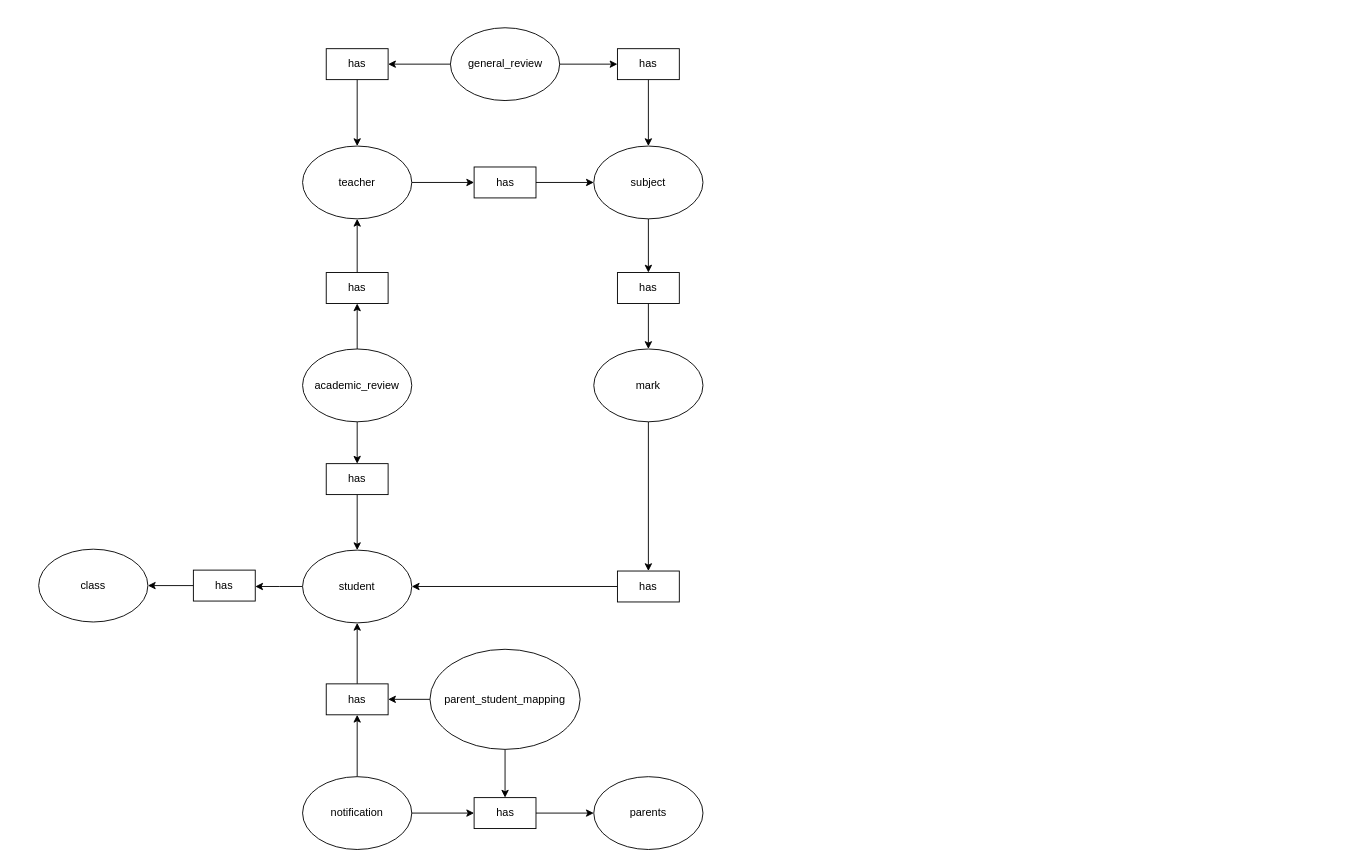
decoded-cipher/diagrams.net keeps this draw.io diagram as draw.io/Edumind - ER Diagram.drawio. Above is the earlier version. Source tidied: cells renumbered, new cells numbered last; positions are measured from the earlier drawing's top-left corner, leaving out a move shared by most shapes. Both pictures are drawn from the tidied source at 91%, with x=0, y=0 at pixel (38, 27).
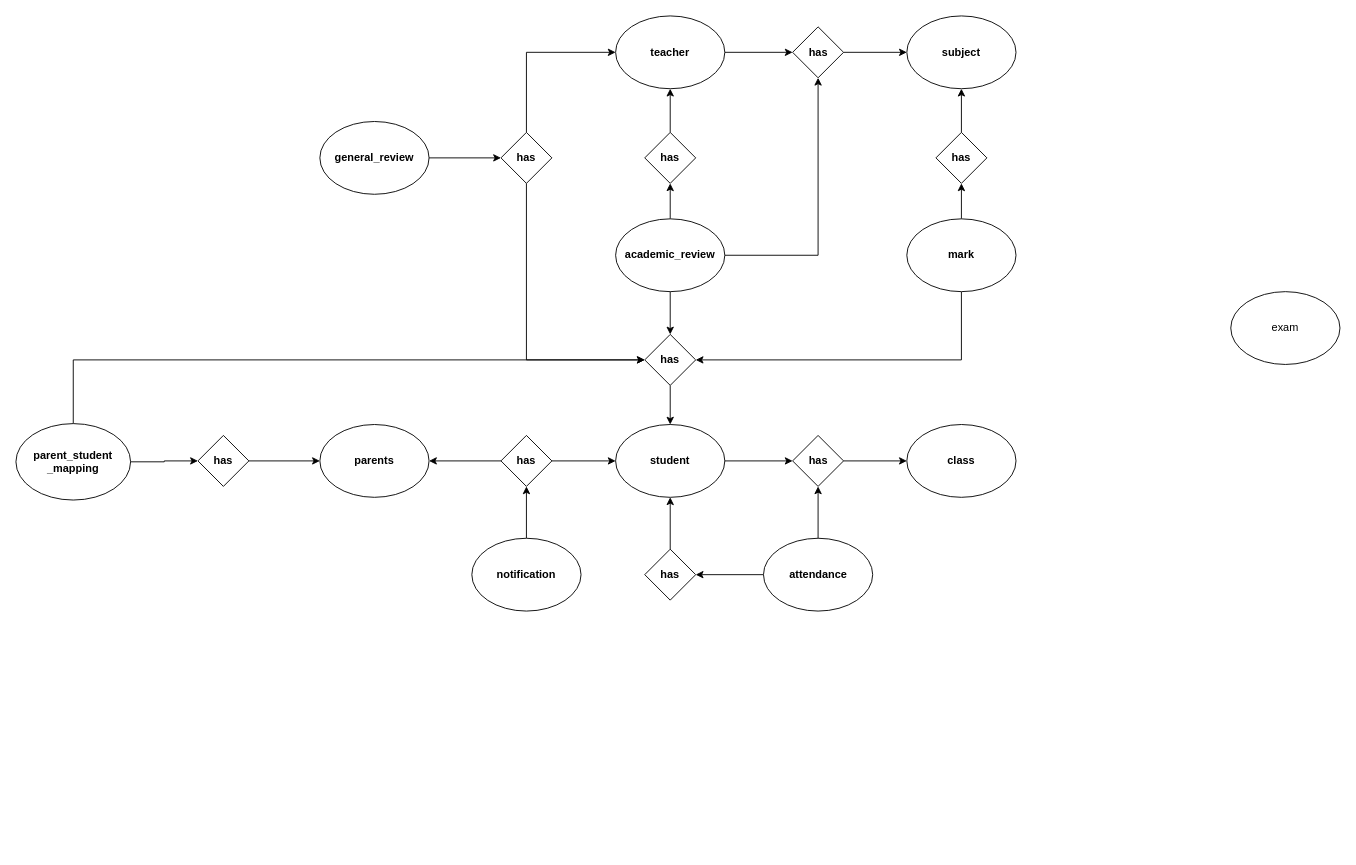
The same diagram, later.

What changed in the source:
```diff
@@
-    <mxCell id="2" style="group;" parent="1" vertex="1">
-      <mxGeometry width="730" height="903" as="geometry" />
-    </mxCell>
-    <mxCell id="3" style="edgeStyle=orthogonalEdgeStyle;rounded=0;jettySize=auto;html=1;" parent="2" edge="1" source="4">
-      <mxGeometry relative="1" as="geometry">
-        <mxPoint x="238" y="614" as="targetPoint" />
-      </mxGeometry>
-    </mxCell>
+    <mxCell id="45" style="edgeStyle=orthogonalEdgeStyle;rounded=0;jettySize=auto;html=1;exitX=0.5;exitY=0;exitDx=0;exitDy=0;entryX=0.5;entryY=1;entryDx=0;entryDy=0;fontStyle=1;labelBorderColor=none;textShadow=0;fontSize=12;" parent="1" edge="1" source="46" target="15">
+      <mxGeometry relative="1" as="geometry" />
+    </mxCell>
+    <mxCell id="46" value="has" style="rhombus;whiteSpace=wrap;html=1;fontStyle=1;labelBorderColor=none;textShadow=0;fontSize=12;" parent="1" vertex="1">
+      <mxGeometry x="666" y="115" width="56" height="56" as="geometry" />
+    </mxCell>
+    <mxCell id="47" style="edgeStyle=orthogonalEdgeStyle;rounded=0;jettySize=auto;html=1;exitX=1;exitY=0.5;exitDx=0;exitDy=0;entryX=0;entryY=0.5;entryDx=0;entryDy=0;fontStyle=1;labelBorderColor=none;textShadow=0;fontSize=12;" parent="1" edge="1" source="4" target="62">
+      <mxGeometry relative="1" as="geometry" />
+    </mxCell>
-    <mxCell id="4" value="student" style="ellipse;whiteSpace=wrap;html=1;" parent="2" vertex="1">
-      <mxGeometry x="290" y="574" width="120" height="80" as="geometry" />
+    <mxCell id="4" value="student" style="ellipse;whiteSpace=wrap;html=1;fontStyle=1;labelBorderColor=none;textShadow=0;fontSize=12;" parent="1" vertex="1">
+      <mxGeometry x="634" y="436" width="120" height="80" as="geometry" />
     </mxCell>
+    <mxCell id="9" value="class" style="ellipse;whiteSpace=wrap;html=1;fontStyle=1;labelBorderColor=none;textShadow=0;fontSize=12;" parent="1" vertex="1">
+      <mxGeometry x="954" y="436" width="120" height="80" as="geometry" />
+    </mxCell>
+    <mxCell id="48" style="edgeStyle=orthogonalEdgeStyle;rounded=0;jettySize=auto;html=1;exitX=1;exitY=0.5;exitDx=0;exitDy=0;entryX=0;entryY=0.5;entryDx=0;entryDy=0;fontStyle=1;labelBorderColor=none;textShadow=0;fontSize=12;" parent="1" edge="1" source="15" target="58">
+      <mxGeometry relative="1" as="geometry" />
+    </mxCell>
+    <mxCell id="15" value="teacher" style="ellipse;whiteSpace=wrap;html=1;fontStyle=1;labelBorderColor=none;textShadow=0;fontSize=12;" parent="1" vertex="1">
+      <mxGeometry x="634" y="-13" width="120" height="80" as="geometry" />
+    </mxCell>
+    <mxCell id="17" value="subject" style="ellipse;whiteSpace=wrap;html=1;fontStyle=1;labelBorderColor=none;textShadow=0;fontSize=12;" parent="1" vertex="1">
+      <mxGeometry x="954" y="-13" width="120" height="80" as="geometry" />
+    </mxCell>
+    <mxCell id="49" style="edgeStyle=orthogonalEdgeStyle;rounded=0;jettySize=auto;html=1;exitX=0.5;exitY=0;exitDx=0;exitDy=0;entryX=0.5;entryY=1;entryDx=0;entryDy=0;fontStyle=1;labelBorderColor=none;textShadow=0;fontSize=12;" parent="1" edge="1" source="21" target="56">
+      <mxGeometry relative="1" as="geometry" />
+    </mxCell>
+    <mxCell id="50" style="edgeStyle=orthogonalEdgeStyle;rounded=0;jettySize=auto;html=1;exitX=0.5;exitY=1;exitDx=0;exitDy=0;entryX=1;entryY=0.5;entryDx=0;entryDy=0;fontStyle=1;labelBorderColor=none;textShadow=0;fontSize=12;" parent="1" edge="1" source="21" target="60">
+      <mxGeometry relative="1" as="geometry" />
+    </mxCell>
+    <mxCell id="21" value="mark" style="ellipse;whiteSpace=wrap;html=1;fontStyle=1;labelBorderColor=none;textShadow=0;fontSize=12;" parent="1" vertex="1">
+      <mxGeometry x="954" y="210" width="120" height="80" as="geometry" />
+    </mxCell>
+    <mxCell id="51" style="edgeStyle=orthogonalEdgeStyle;rounded=0;jettySize=auto;html=1;exitX=0.5;exitY=0;exitDx=0;exitDy=0;entryX=0.5;entryY=1;entryDx=0;entryDy=0;fontStyle=1;labelBorderColor=none;textShadow=0;fontSize=12;" parent="1" edge="1" source="30" target="46">
+      <mxGeometry relative="1" as="geometry" />
+    </mxCell>
+    <mxCell id="52" style="edgeStyle=orthogonalEdgeStyle;rounded=0;jettySize=auto;html=1;exitX=0.5;exitY=1;exitDx=0;exitDy=0;entryX=0.5;entryY=0;entryDx=0;entryDy=0;fontStyle=1;labelBorderColor=none;textShadow=0;fontSize=12;" parent="1" edge="1" source="30" target="60">
+      <mxGeometry relative="1" as="geometry" />
+    </mxCell>
+    <mxCell id="53" style="edgeStyle=orthogonalEdgeStyle;rounded=0;jettySize=auto;html=1;exitX=1;exitY=0.5;exitDx=0;exitDy=0;entryX=0.5;entryY=1;entryDx=0;entryDy=0;fontStyle=1;labelBorderColor=none;textShadow=0;fontSize=12;" parent="1" edge="1" source="30" target="58">
+      <mxGeometry relative="1" as="geometry" />
+    </mxCell>
+    <mxCell id="30" value="academic_review" style="ellipse;whiteSpace=wrap;html=1;fontStyle=1;labelBorderColor=none;textShadow=0;fontSize=12;" parent="1" vertex="1">
+      <mxGeometry x="634" y="210" width="120" height="80" as="geometry" />
+    </mxCell>
+    <mxCell id="54" style="edgeStyle=orthogonalEdgeStyle;rounded=0;jettySize=auto;html=1;exitX=1;exitY=0.5;exitDx=0;exitDy=0;entryX=0;entryY=0.5;entryDx=0;entryDy=0;fontStyle=1;labelBorderColor=none;textShadow=0;fontSize=12;" parent="1" edge="1" source="37" target="79">
+      <mxGeometry relative="1" as="geometry" />
+    </mxCell>
+    <mxCell id="37" value="general_review" style="ellipse;whiteSpace=wrap;html=1;fontStyle=1;labelBorderColor=none;textShadow=0;fontSize=12;" parent="1" vertex="1">
+      <mxGeometry x="309" y="103" width="120" height="80" as="geometry" />
+    </mxCell>
+    <mxCell id="55" style="edgeStyle=orthogonalEdgeStyle;rounded=0;jettySize=auto;html=1;exitX=0.5;exitY=0;exitDx=0;exitDy=0;entryX=0.5;entryY=1;entryDx=0;entryDy=0;fontStyle=1;labelBorderColor=none;textShadow=0;fontSize=12;" parent="1" edge="1" source="56" target="17">
+      <mxGeometry relative="1" as="geometry" />
+    </mxCell>
+    <mxCell id="56" value="has" style="rhombus;whiteSpace=wrap;html=1;fontStyle=1;labelBorderColor=none;textShadow=0;fontSize=12;" parent="1" vertex="1">
+      <mxGeometry x="986" y="115" width="56" height="56" as="geometry" />
+    </mxCell>
+    <mxCell id="57" style="edgeStyle=orthogonalEdgeStyle;rounded=0;jettySize=auto;html=1;exitX=1;exitY=0.5;exitDx=0;exitDy=0;entryX=0;entryY=0.5;entryDx=0;entryDy=0;fontStyle=1;labelBorderColor=none;textShadow=0;fontSize=12;" parent="1" edge="1" source="58" target="17">
+      <mxGeometry relative="1" as="geometry" />
+    </mxCell>
+    <mxCell id="58" value="has" style="rhombus;whiteSpace=wrap;html=1;fontStyle=1;labelBorderColor=none;textShadow=0;fontSize=12;" parent="1" vertex="1">
+      <mxGeometry x="828.5" y="-1" width="56" height="56" as="geometry" />
+    </mxCell>
+    <mxCell id="59" style="edgeStyle=orthogonalEdgeStyle;rounded=0;jettySize=auto;html=1;exitX=0.5;exitY=1;exitDx=0;exitDy=0;entryX=0.5;entryY=0;entryDx=0;entryDy=0;fontStyle=1;labelBorderColor=none;textShadow=0;fontSize=12;" parent="1" edge="1" source="60" target="4">
+      <mxGeometry relative="1" as="geometry" />
+    </mxCell>
+    <mxCell id="60" value="has" style="rhombus;whiteSpace=wrap;html=1;fontStyle=1;labelBorderColor=none;textShadow=0;fontSize=12;" parent="1" vertex="1">
+      <mxGeometry x="666" y="337" width="56" height="56" as="geometry" />
+    </mxCell>
+    <mxCell id="61" style="edgeStyle=orthogonalEdgeStyle;rounded=0;jettySize=auto;html=1;exitX=1;exitY=0.5;exitDx=0;exitDy=0;entryX=0;entryY=0.5;entryDx=0;entryDy=0;fontStyle=1;labelBorderColor=none;textShadow=0;fontSize=12;" parent="1" edge="1" source="62" target="9">
+      <mxGeometry relative="1" as="geometry" />
+    </mxCell>
+    <mxCell id="62" value="has" style="rhombus;whiteSpace=wrap;html=1;fontStyle=1;labelBorderColor=none;textShadow=0;fontSize=12;" parent="1" vertex="1">
+      <mxGeometry x="828.5" y="448" width="56" height="56" as="geometry" />
+    </mxCell>
+    <mxCell id="63" style="edgeStyle=orthogonalEdgeStyle;rounded=0;jettySize=auto;html=1;entryX=0.5;entryY=1;entryDx=0;entryDy=0;fontStyle=1;labelBorderColor=none;textShadow=0;fontSize=12;" parent="1" edge="1" source="65" target="62">
+      <mxGeometry relative="1" as="geometry" />
+    </mxCell>
+    <mxCell id="64" style="edgeStyle=orthogonalEdgeStyle;rounded=0;jettySize=auto;html=1;exitX=0;exitY=0.5;exitDx=0;exitDy=0;entryX=1;entryY=0.5;entryDx=0;entryDy=0;fontStyle=1;labelBorderColor=none;textShadow=0;fontSize=12;" parent="1" edge="1" source="65" target="76">
+      <mxGeometry relative="1" as="geometry" />
+    </mxCell>
+    <mxCell id="65" value="attendance" style="ellipse;whiteSpace=wrap;html=1;fontStyle=1;labelBorderColor=none;textShadow=0;fontSize=12;" parent="1" vertex="1">
+      <mxGeometry x="796.5" y="561" width="120" height="80" as="geometry" />
+    </mxCell>
-    <mxCell id="5" value="parents" style="ellipse;whiteSpace=wrap;html=1;" parent="2" vertex="1">
-      <mxGeometry x="610" y="823" width="120" height="80" as="geometry" />
+    <mxCell id="5" value="parents" style="ellipse;whiteSpace=wrap;html=1;fontStyle=1;labelBorderColor=none;textShadow=0;fontSize=12;" parent="1" vertex="1">
+      <mxGeometry x="309" y="436" width="120" height="80" as="geometry" />
     </mxCell>
-    <mxCell id="6" style="edgeStyle=orthogonalEdgeStyle;rounded=0;jettySize=auto;html=1;exitX=0;exitY=0.5;exitDx=0;exitDy=0;entryX=1;entryY=0.5;entryDx=0;entryDy=0;" parent="2" edge="1" source="8" target="13">
-      <mxGeometry relative="1" as="geometry" />
-    </mxCell>
-    <mxCell id="7" style="edgeStyle=orthogonalEdgeStyle;rounded=0;jettySize=auto;html=1;exitX=0.5;exitY=1;exitDx=0;exitDy=0;entryX=0.5;entryY=0;entryDx=0;entryDy=0;" parent="2" edge="1" source="8" target="11">
-      <mxGeometry relative="1" as="geometry" />
-    </mxCell>
-    <mxCell id="8" value="parent_student_mapping" style="ellipse;whiteSpace=wrap;html=1;" parent="2" vertex="1">
-      <mxGeometry x="430" y="683" width="165" height="110" as="geometry" />
-    </mxCell>
-    <mxCell id="9" value="class" style="ellipse;whiteSpace=wrap;html=1;" parent="2" vertex="1">
-      <mxGeometry y="573" width="120" height="80" as="geometry" />
-    </mxCell>
-    <mxCell id="10" style="edgeStyle=orthogonalEdgeStyle;rounded=0;jettySize=auto;html=1;exitX=1;exitY=0.5;exitDx=0;exitDy=0;entryX=0;entryY=0.5;entryDx=0;entryDy=0;" parent="2" edge="1" source="11" target="5">
-      <mxGeometry relative="1" as="geometry" />
-    </mxCell>
-    <mxCell id="11" value="has" style="whiteSpace=wrap;html=1;" parent="2" vertex="1">
-      <mxGeometry x="478.5" y="846" width="68" height="34" as="geometry" />
-    </mxCell>
-    <mxCell id="12" style="edgeStyle=orthogonalEdgeStyle;rounded=0;jettySize=auto;html=1;exitX=0.5;exitY=0;exitDx=0;exitDy=0;entryX=0.5;entryY=1;entryDx=0;entryDy=0;" parent="2" edge="1" source="13" target="4">
-      <mxGeometry relative="1" as="geometry" />
-    </mxCell>
-    <mxCell id="13" value="has" style="whiteSpace=wrap;html=1;" parent="2" vertex="1">
-      <mxGeometry x="316" y="721" width="68" height="34" as="geometry" />
-    </mxCell>
-    <mxCell id="14" style="edgeStyle=orthogonalEdgeStyle;rounded=0;jettySize=auto;html=1;exitX=1;exitY=0.5;exitDx=0;exitDy=0;entryX=0;entryY=0.5;entryDx=0;entryDy=0;" parent="2" edge="1" source="15" target="19">
-      <mxGeometry relative="1" as="geometry" />
-    </mxCell>
-    <mxCell id="15" value="teacher" style="ellipse;whiteSpace=wrap;html=1;" parent="2" vertex="1">
-      <mxGeometry x="290" y="130" width="120" height="80" as="geometry" />
-    </mxCell>
-    <mxCell id="16" style="edgeStyle=orthogonalEdgeStyle;rounded=0;jettySize=auto;html=1;exitX=0.5;exitY=1;exitDx=0;exitDy=0;entryX=0.5;entryY=0;entryDx=0;entryDy=0;" parent="2" edge="1" source="17" target="23">
-      <mxGeometry relative="1" as="geometry" />
-    </mxCell>
-    <mxCell id="17" value="subject" style="ellipse;whiteSpace=wrap;html=1;" parent="2" vertex="1">
-      <mxGeometry x="610" y="130" width="120" height="80" as="geometry" />
-    </mxCell>
-    <mxCell id="18" style="edgeStyle=orthogonalEdgeStyle;rounded=0;jettySize=auto;html=1;exitX=1;exitY=0.5;exitDx=0;exitDy=0;entryX=0;entryY=0.5;entryDx=0;entryDy=0;" parent="2" edge="1" source="19" target="17">
-      <mxGeometry relative="1" as="geometry" />
-    </mxCell>
-    <mxCell id="19" value="has" style="whiteSpace=wrap;html=1;" parent="2" vertex="1">
-      <mxGeometry x="478.5" y="153" width="68" height="34" as="geometry" />
-    </mxCell>
-    <mxCell id="20" style="edgeStyle=orthogonalEdgeStyle;rounded=0;jettySize=auto;html=1;exitX=0.5;exitY=1;exitDx=0;exitDy=0;entryX=0.5;entryY=0;entryDx=0;entryDy=0;" parent="2" edge="1" source="21" target="27">
-      <mxGeometry relative="1" as="geometry" />
-    </mxCell>
-    <mxCell id="21" value="mark" style="ellipse;whiteSpace=wrap;html=1;" parent="2" vertex="1">
-      <mxGeometry x="610" y="353" width="120" height="80" as="geometry" />
-    </mxCell>
-    <mxCell id="22" style="edgeStyle=orthogonalEdgeStyle;rounded=0;jettySize=auto;html=1;exitX=0.5;exitY=1;exitDx=0;exitDy=0;entryX=0.5;entryY=0;entryDx=0;entryDy=0;" parent="2" edge="1" source="23" target="21">
-      <mxGeometry relative="1" as="geometry" />
-    </mxCell>
-    <mxCell id="23" value="has" style="whiteSpace=wrap;html=1;" parent="2" vertex="1">
-      <mxGeometry x="636" y="269" width="68" height="34" as="geometry" />
-    </mxCell>
-    <mxCell id="24" style="edgeStyle=orthogonalEdgeStyle;rounded=0;jettySize=auto;html=1;exitX=0;exitY=0.5;exitDx=0;exitDy=0;entryX=1;entryY=0.5;entryDx=0;entryDy=0;" parent="2" edge="1" source="25" target="9">
-      <mxGeometry relative="1" as="geometry" />
-    </mxCell>
-    <mxCell id="25" value="has" style="whiteSpace=wrap;html=1;" parent="2" vertex="1">
-      <mxGeometry x="170" y="596" width="68" height="34" as="geometry" />
-    </mxCell>
-    <mxCell id="26" style="edgeStyle=orthogonalEdgeStyle;rounded=0;jettySize=auto;html=1;exitX=0;exitY=0.5;exitDx=0;exitDy=0;entryX=1;entryY=0.5;entryDx=0;entryDy=0;" parent="2" edge="1" source="27" target="4">
-      <mxGeometry relative="1" as="geometry" />
-    </mxCell>
-    <mxCell id="27" value="has" style="whiteSpace=wrap;html=1;" parent="2" vertex="1">
-      <mxGeometry x="636" y="597" width="68" height="34" as="geometry" />
-    </mxCell>
-    <mxCell id="28" style="edgeStyle=orthogonalEdgeStyle;rounded=0;jettySize=auto;html=1;exitX=0.5;exitY=1;exitDx=0;exitDy=0;entryX=0.5;entryY=0;entryDx=0;entryDy=0;" parent="2" edge="1" source="30" target="34">
-      <mxGeometry relative="1" as="geometry" />
-    </mxCell>
-    <mxCell id="29" style="edgeStyle=orthogonalEdgeStyle;rounded=0;jettySize=auto;html=1;exitX=0.5;exitY=0;exitDx=0;exitDy=0;entryX=0.5;entryY=1;entryDx=0;entryDy=0;" parent="2" edge="1" source="30" target="32">
-      <mxGeometry relative="1" as="geometry" />
-    </mxCell>
-    <mxCell id="30" value="academic_review" style="ellipse;whiteSpace=wrap;html=1;" parent="2" vertex="1">
-      <mxGeometry x="290" y="353" width="120" height="80" as="geometry" />
-    </mxCell>
-    <mxCell id="31" style="edgeStyle=orthogonalEdgeStyle;rounded=0;jettySize=auto;html=1;exitX=0.5;exitY=0;exitDx=0;exitDy=0;entryX=0.5;entryY=1;entryDx=0;entryDy=0;" parent="2" edge="1" source="32" target="15">
-      <mxGeometry relative="1" as="geometry" />
-    </mxCell>
-    <mxCell id="32" value="has" style="whiteSpace=wrap;html=1;" parent="2" vertex="1">
-      <mxGeometry x="316" y="269" width="68" height="34" as="geometry" />
-    </mxCell>
-    <mxCell id="33" style="edgeStyle=orthogonalEdgeStyle;rounded=0;jettySize=auto;html=1;exitX=0.5;exitY=1;exitDx=0;exitDy=0;entryX=0.5;entryY=0;entryDx=0;entryDy=0;" parent="2" edge="1" source="34" target="4">
-      <mxGeometry relative="1" as="geometry" />
-    </mxCell>
-    <mxCell id="34" value="has" style="whiteSpace=wrap;html=1;" parent="2" vertex="1">
-      <mxGeometry x="316" y="479" width="68" height="34" as="geometry" />
-    </mxCell>
-    <mxCell id="35" style="edgeStyle=orthogonalEdgeStyle;rounded=0;jettySize=auto;html=1;exitX=1;exitY=0.5;exitDx=0;exitDy=0;entryX=0;entryY=0.5;entryDx=0;entryDy=0;" parent="2" edge="1" source="37" target="41">
-      <mxGeometry relative="1" as="geometry" />
-    </mxCell>
-    <mxCell id="36" style="edgeStyle=orthogonalEdgeStyle;rounded=0;jettySize=auto;html=1;exitX=0;exitY=0.5;exitDx=0;exitDy=0;entryX=1;entryY=0.5;entryDx=0;entryDy=0;" parent="2" edge="1" source="37" target="39">
-      <mxGeometry relative="1" as="geometry" />
-    </mxCell>
-    <mxCell id="37" value="general_review" style="ellipse;whiteSpace=wrap;html=1;" parent="2" vertex="1">
-      <mxGeometry x="452.5" width="120" height="80" as="geometry" />
-    </mxCell>
-    <mxCell id="38" style="edgeStyle=orthogonalEdgeStyle;rounded=0;jettySize=auto;html=1;exitX=0.5;exitY=1;exitDx=0;exitDy=0;entryX=0.5;entryY=0;entryDx=0;entryDy=0;" parent="2" edge="1" source="39" target="15">
-      <mxGeometry relative="1" as="geometry" />
-    </mxCell>
-    <mxCell id="39" value="has" style="whiteSpace=wrap;html=1;" parent="2" vertex="1">
-      <mxGeometry x="316" y="23" width="68" height="34" as="geometry" />
-    </mxCell>
-    <mxCell id="40" style="edgeStyle=orthogonalEdgeStyle;rounded=0;jettySize=auto;html=1;exitX=0.5;exitY=1;exitDx=0;exitDy=0;entryX=0.5;entryY=0;entryDx=0;entryDy=0;" parent="2" edge="1" source="41" target="17">
-      <mxGeometry relative="1" as="geometry" />
-    </mxCell>
-    <mxCell id="41" value="has" style="whiteSpace=wrap;html=1;" parent="2" vertex="1">
-      <mxGeometry x="636" y="23" width="68" height="34" as="geometry" />
-    </mxCell>
-    <mxCell id="42" style="edgeStyle=orthogonalEdgeStyle;rounded=0;jettySize=auto;html=1;exitX=0.5;exitY=0;exitDx=0;exitDy=0;entryX=0.5;entryY=1;entryDx=0;entryDy=0;" parent="2" edge="1" source="44" target="13">
-      <mxGeometry relative="1" as="geometry" />
-    </mxCell>
-    <mxCell id="43" style="edgeStyle=orthogonalEdgeStyle;rounded=0;jettySize=auto;html=1;exitX=1;exitY=0.5;exitDx=0;exitDy=0;entryX=0;entryY=0.5;entryDx=0;entryDy=0;" parent="2" edge="1" source="44" target="11">
-      <mxGeometry relative="1" as="geometry" />
-    </mxCell>
+    <mxCell id="66" style="edgeStyle=orthogonalEdgeStyle;rounded=0;jettySize=auto;html=1;exitX=0.5;exitY=0;exitDx=0;exitDy=0;entryX=0;entryY=0.5;entryDx=0;entryDy=0;fontStyle=1;labelBorderColor=none;textShadow=0;fontSize=12;" parent="1" edge="1" source="68" target="60">
+      <mxGeometry relative="1" as="geometry" />
+    </mxCell>
+    <mxCell id="67" style="edgeStyle=orthogonalEdgeStyle;rounded=0;jettySize=auto;html=1;exitX=1;exitY=0.5;exitDx=0;exitDy=0;entryX=0;entryY=0.5;entryDx=0;entryDy=0;fontStyle=1;labelBorderColor=none;textShadow=0;fontSize=12;" parent="1" edge="1" source="68" target="71">
+      <mxGeometry relative="1" as="geometry" />
+    </mxCell>
+    <mxCell id="68" value="parent_student&lt;br style=&quot;font-size: 12px;&quot;&gt;_mapping" style="ellipse;whiteSpace=wrap;html=1;fontStyle=1;labelBorderColor=none;textShadow=0;fontSize=12;" parent="1" vertex="1">
+      <mxGeometry x="-25" y="435" width="126" height="84" as="geometry" />
+    </mxCell>
+    <mxCell id="69" style="edgeStyle=orthogonalEdgeStyle;rounded=0;jettySize=auto;html=1;exitX=0.5;exitY=0;exitDx=0;exitDy=0;entryX=0.5;entryY=1;entryDx=0;entryDy=0;fontStyle=1;labelBorderColor=none;textShadow=0;fontSize=12;" parent="1" edge="1" source="44" target="74">
+      <mxGeometry relative="1" as="geometry" />
+    </mxCell>
-    <mxCell id="44" value="notification" style="ellipse;whiteSpace=wrap;html=1;" parent="2" vertex="1">
-      <mxGeometry x="290" y="823" width="120" height="80" as="geometry" />
+    <mxCell id="44" value="notification" style="ellipse;whiteSpace=wrap;html=1;fontStyle=1;labelBorderColor=none;textShadow=0;fontSize=12;" parent="1" vertex="1">
+      <mxGeometry x="476" y="561" width="120" height="80" as="geometry" />
     </mxCell>
+    <mxCell id="70" style="edgeStyle=orthogonalEdgeStyle;rounded=0;jettySize=auto;html=1;exitX=1;exitY=0.5;exitDx=0;exitDy=0;entryX=0;entryY=0.5;entryDx=0;entryDy=0;fontStyle=1;labelBorderColor=none;textShadow=0;fontSize=12;" parent="1" edge="1" source="71" target="5">
+      <mxGeometry relative="1" as="geometry" />
+    </mxCell>
+    <mxCell id="71" value="has" style="rhombus;whiteSpace=wrap;html=1;fontStyle=1;labelBorderColor=none;textShadow=0;fontSize=12;" parent="1" vertex="1">
+      <mxGeometry x="175" y="448" width="56" height="56" as="geometry" />
+    </mxCell>
+    <mxCell id="72" style="edgeStyle=orthogonalEdgeStyle;rounded=0;jettySize=auto;html=1;exitX=0;exitY=0.5;exitDx=0;exitDy=0;entryX=1;entryY=0.5;entryDx=0;entryDy=0;fontStyle=1;labelBorderColor=none;textShadow=0;fontSize=12;" parent="1" edge="1" source="74" target="5">
+      <mxGeometry relative="1" as="geometry" />
+    </mxCell>
+    <mxCell id="73" style="edgeStyle=orthogonalEdgeStyle;rounded=0;jettySize=auto;html=1;exitX=1;exitY=0.5;exitDx=0;exitDy=0;entryX=0;entryY=0.5;entryDx=0;entryDy=0;fontStyle=1;labelBorderColor=none;textShadow=0;fontSize=12;" parent="1" edge="1" source="74" target="4">
+      <mxGeometry relative="1" as="geometry" />
+    </mxCell>
+    <mxCell id="74" value="has" style="rhombus;whiteSpace=wrap;html=1;fontStyle=1;labelBorderColor=none;textShadow=0;fontSize=12;" parent="1" vertex="1">
+      <mxGeometry x="508" y="448" width="56" height="56" as="geometry" />
+    </mxCell>
+    <mxCell id="75" style="edgeStyle=orthogonalEdgeStyle;rounded=0;jettySize=auto;html=1;exitX=0.5;exitY=0;exitDx=0;exitDy=0;entryX=0.5;entryY=1;entryDx=0;entryDy=0;fontStyle=1;labelBorderColor=none;textShadow=0;fontSize=12;" parent="1" edge="1" source="76" target="4">
+      <mxGeometry relative="1" as="geometry" />
+    </mxCell>
+    <mxCell id="76" value="has" style="rhombus;whiteSpace=wrap;html=1;fontStyle=1;labelBorderColor=none;textShadow=0;fontSize=12;" parent="1" vertex="1">
+      <mxGeometry x="666" y="573" width="56" height="56" as="geometry" />
+    </mxCell>
+    <mxCell id="77" style="edgeStyle=orthogonalEdgeStyle;rounded=0;jettySize=auto;html=1;exitX=0.5;exitY=1;exitDx=0;exitDy=0;entryX=0;entryY=0.5;entryDx=0;entryDy=0;fontStyle=1;labelBorderColor=none;textShadow=0;fontSize=12;" parent="1" edge="1" source="79" target="60">
+      <mxGeometry relative="1" as="geometry" />
+    </mxCell>
+    <mxCell id="78" style="edgeStyle=orthogonalEdgeStyle;rounded=0;jettySize=auto;html=1;exitX=0.5;exitY=0;exitDx=0;exitDy=0;entryX=0;entryY=0.5;entryDx=0;entryDy=0;fontStyle=1;labelBorderColor=none;textShadow=0;fontSize=12;" parent="1" edge="1" source="79" target="15">
+      <mxGeometry relative="1" as="geometry" />
+    </mxCell>
+    <mxCell id="79" value="has" style="rhombus;whiteSpace=wrap;html=1;fontStyle=1;labelBorderColor=none;textShadow=0;fontSize=12;" parent="1" vertex="1">
+      <mxGeometry x="508" y="115" width="56" height="56" as="geometry" />
+    </mxCell>
+    <mxCell id="80" value="exam" style="ellipse;whiteSpace=wrap;html=1;" parent="1" vertex="1">
+      <mxGeometry x="1310" y="290" width="120" height="80" as="geometry" />
+    </mxCell>
```
